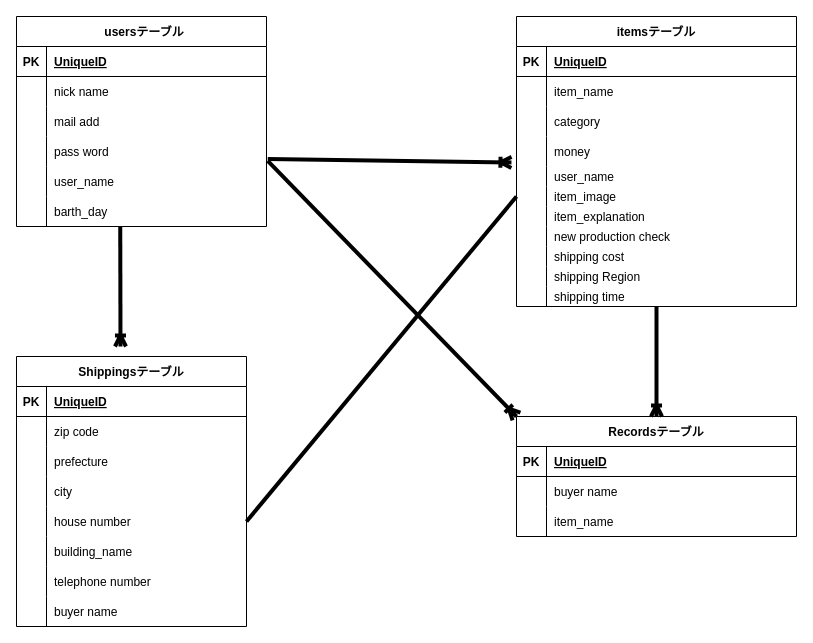
This is furima.dio from Tomapin/furima-41470, a draw.io file, before an edit. Source tidied: cells renumbered, new cells numbered last; positions are measured from the earlier drawing's top-left corner, leaving out a move shared by most shapes. Both pictures are drawn from the tidied source at 100%, with x=0, y=0 at pixel (16, 16).
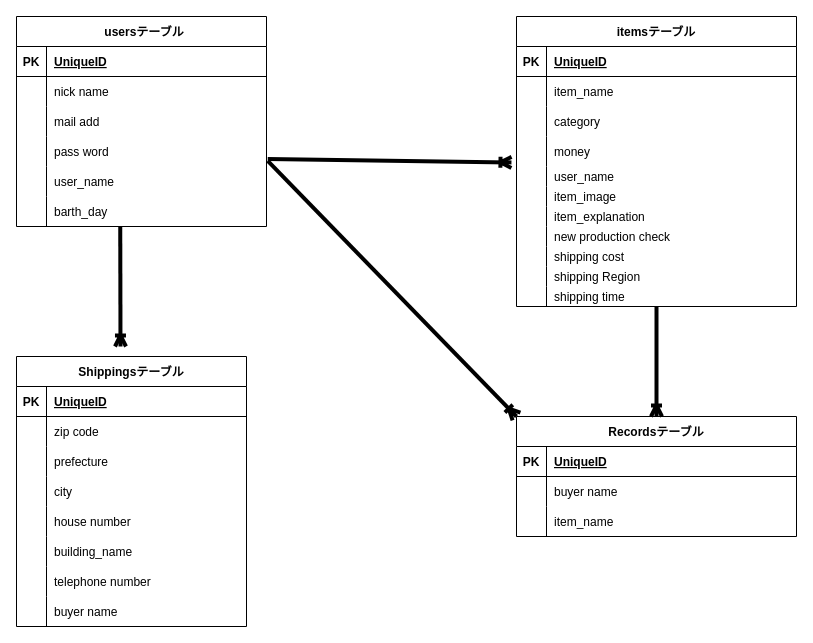
Above is the later version.

Unchanged cells that the change refers to:
```xml
<mxCell id="37" style="shape=tableRow;horizontal=0;startSize=0;swimlaneHead=0;swimlaneBody=0;fillColor=none;points=[[0,0.5],[1,0.5]];portConstraint=eastwest;top=0;left=0;right=0;bottom=0;" parent="21" vertex="1">
  <mxGeometry y="170" width="280" height="20" as="geometry" />
</mxCell>
<mxCell id="81" style="shape=tableRow;horizontal=0;startSize=0;swimlaneHead=0;swimlaneBody=0;fillColor=none;points=[[0,0.5],[1,0.5]];portConstraint=eastwest;top=0;left=0;right=0;bottom=0;" parent="68" vertex="1">
  <mxGeometry y="150" width="230" height="30" as="geometry" />
</mxCell>
```

The edit, as a diff of the source:
```diff
@@
-    <mxCell id="94" style="jettySize=auto;html=1;strokeWidth=4;startArrow=none;startFill=0;endArrow=none;endFill=0;entryX=0;entryY=0.5;entryDx=0;entryDy=0;exitX=1;exitY=0.5;exitDx=0;exitDy=0;" parent="1" edge="1" source="81" target="37">
-      <mxGeometry relative="1" as="geometry" />
-    </mxCell>
```
